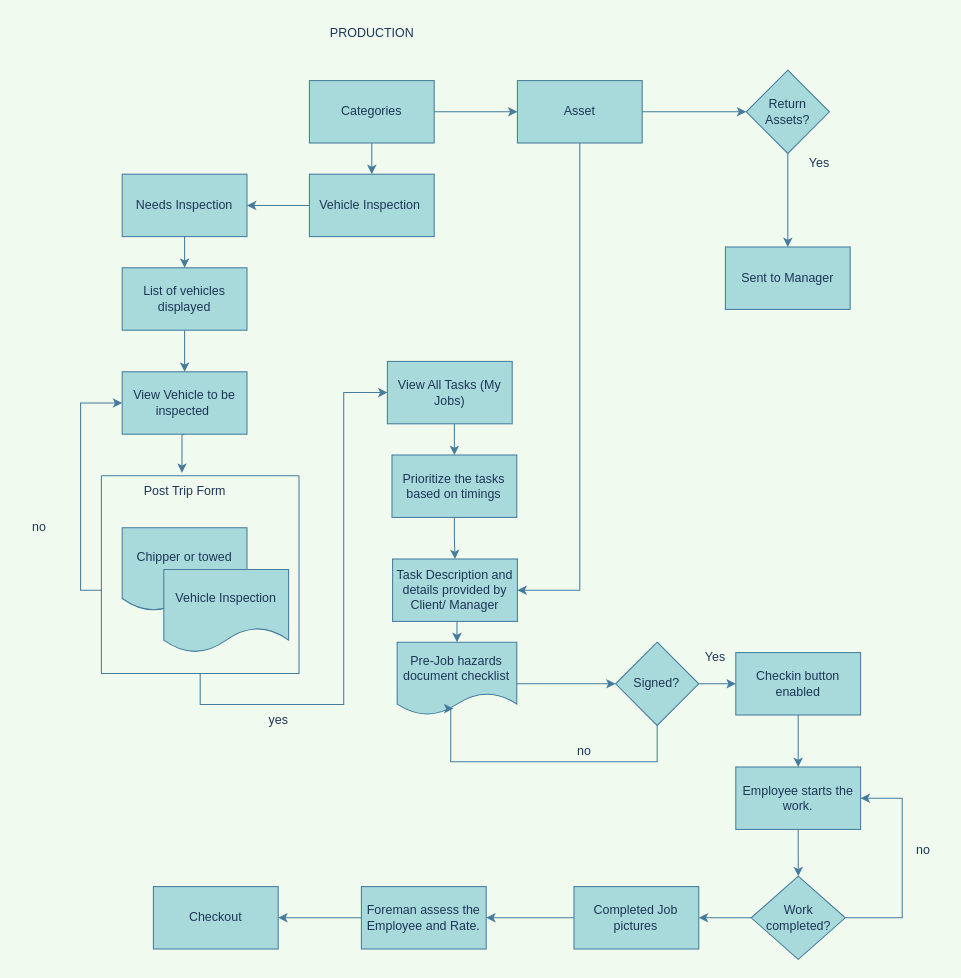
Before: production.drawio in lokeshvenkatesan/CodeFunDo-, a draw.io diagram. Source tidied: cells renumbered, new cells numbered last; positions are measured from the earlier drawing's top-left corner, leaving out a move shared by most shapes. Both pictures are drawn from the tidied source at 104%, with x=0, y=0 at pixel (18, 18).
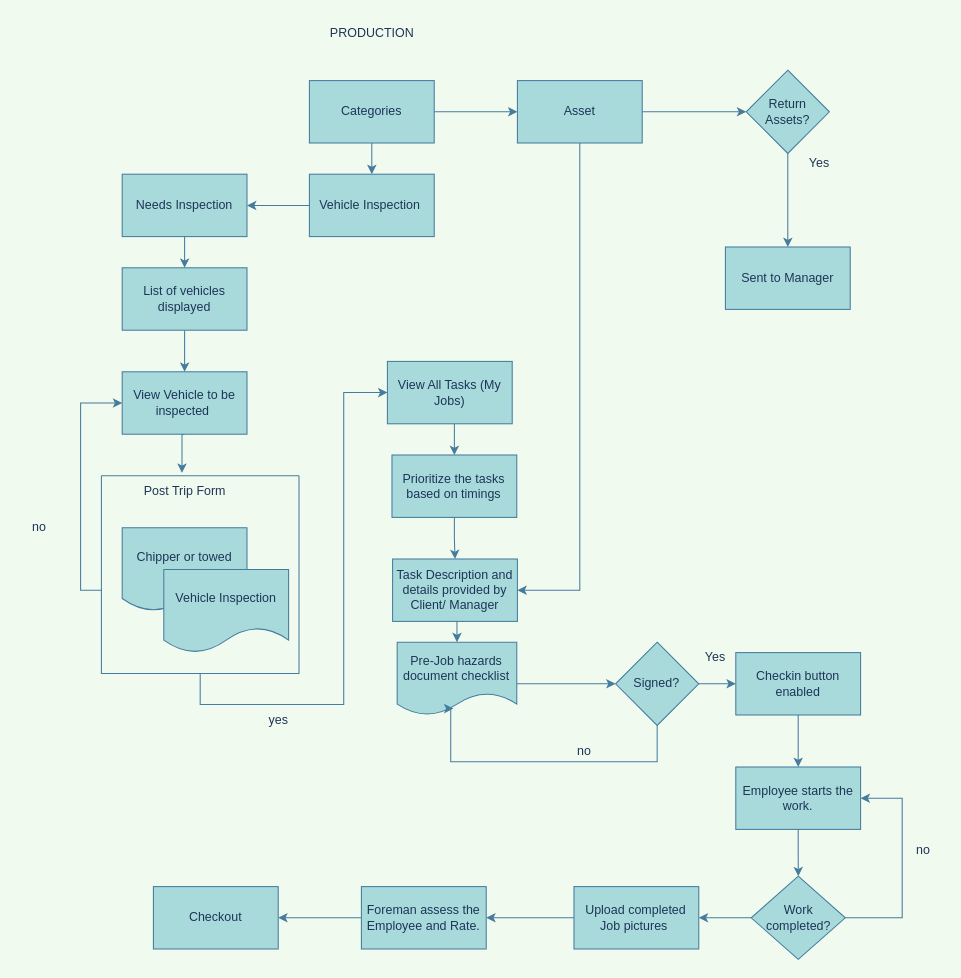
The same diagram, later.

Diff of the diagram source:
```diff
@@
-    <mxCell id="54" value="Completed Job pictures" style="rounded=0;whiteSpace=wrap;html=1;fontColor=#1D3557;strokeColor=#457B9D;fillColor=#A8DADC;" parent="1" vertex="1">
+    <mxCell id="54" value="Upload completed Job pictures&amp;nbsp;" style="rounded=0;whiteSpace=wrap;html=1;fontColor=#1D3557;strokeColor=#457B9D;fillColor=#A8DADC;" parent="1" vertex="1">
       <mxGeometry x="534.4" y="835" width="120" height="60" as="geometry" />
     </mxCell>
```
